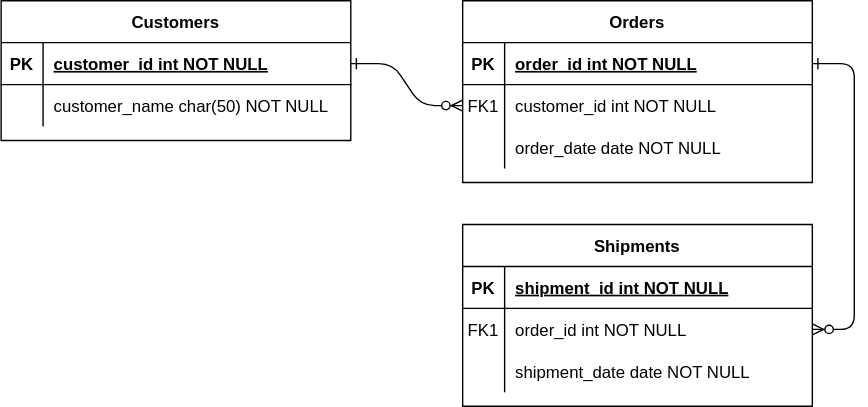
Before: document/project-board-erd.svg, a diagram exported from draw.io (maeng555/fastcampus-project-board). Source tidied: cells renumbered, new cells last; positions are measured from the earlier drawing's top-left corner, leaving out a move shared by most shapes.
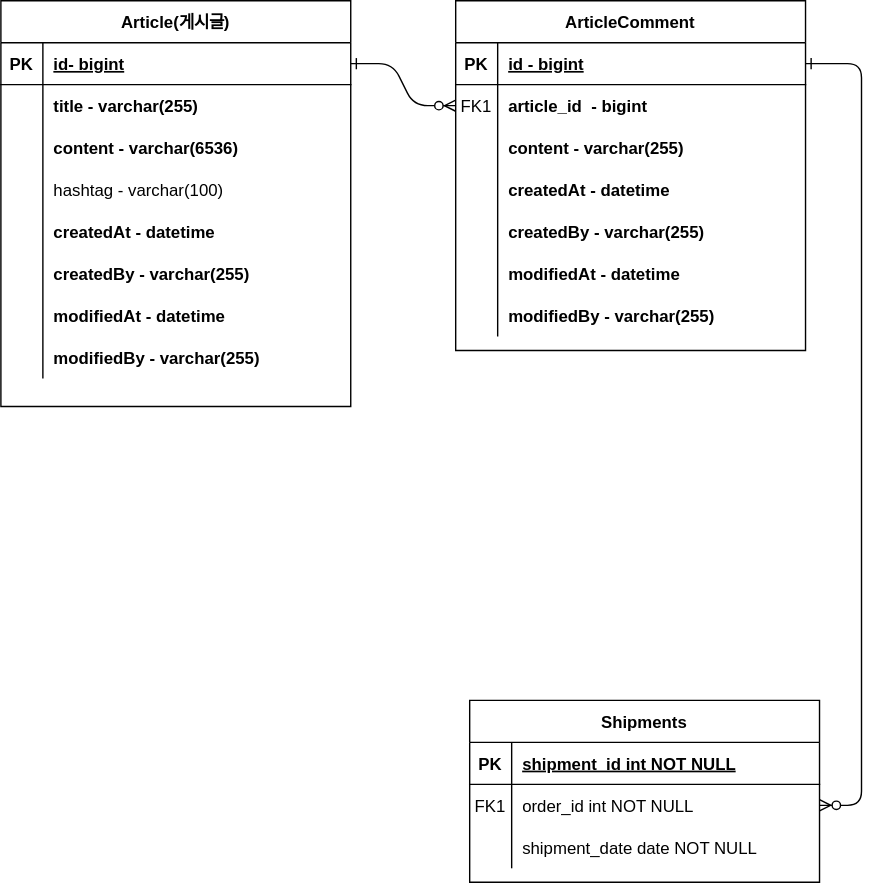
The same diagram one commit later.

What changed in the source:
```diff
@@ -8,8 +8,8 @@
     <mxCell id="3" style="edgeStyle=entityRelationEdgeStyle;endArrow=ERzeroToMany;startArrow=ERone;endFill=1;startFill=0;" parent="1" edge="1" source="5" target="18">
       <mxGeometry relative="1" as="geometry" />
     </mxCell>
-    <mxCell id="4" value="Orders" style="shape=table;startSize=30;rowLines=0;fontStyle=1;align=center;" parent="1" vertex="1">
-      <mxGeometry x="330" width="250" height="130" as="geometry" />
+    <mxCell id="4" value="ArticleComment" style="shape=table;startSize=30;rowLines=0;fontStyle=1;align=center;" parent="1" vertex="1">
+      <mxGeometry x="330" width="250" height="250" as="geometry" />
     </mxCell>
     <mxCell id="5" style="shape=partialRectangle;fillColor=none;points=[[0,0.5],[1,0.5]];portConstraint=eastwest;top=0;left=0;right=0;bottom=1;" parent="4" vertex="1">
       <mxGeometry y="30" width="250" height="30" as="geometry" />
@@ -17,7 +17,7 @@
     <mxCell id="6" value="PK" style="shape=partialRectangle;overflow=hidden;fillColor=none;top=0;left=0;bottom=0;right=0;fontStyle=1;" parent="5" vertex="1">
       <mxGeometry width="30" height="30" as="geometry" />
     </mxCell>
-    <mxCell id="7" value="order_id int NOT NULL " style="shape=partialRectangle;overflow=hidden;fillColor=none;top=0;left=0;bottom=0;right=0;align=left;spacingLeft=6;fontStyle=5;" parent="5" vertex="1">
+    <mxCell id="7" value="id - bigint" style="shape=partialRectangle;overflow=hidden;fillColor=none;top=0;left=0;bottom=0;right=0;align=left;spacingLeft=6;fontStyle=5;" parent="5" vertex="1">
       <mxGeometry x="30" width="220" height="30" as="geometry" />
     </mxCell>
     <mxCell id="8" style="shape=partialRectangle;fillColor=none;points=[[0,0.5],[1,0.5]];portConstraint=eastwest;top=0;left=0;right=0;bottom=0;" parent="4" vertex="1">
@@ -26,7 +26,7 @@
     <mxCell id="9" value="FK1" style="shape=partialRectangle;overflow=hidden;fillColor=none;top=0;left=0;bottom=0;right=0;" parent="8" vertex="1">
       <mxGeometry width="30" height="30" as="geometry" />
     </mxCell>
-    <mxCell id="10" value="customer_id int NOT NULL" style="shape=partialRectangle;overflow=hidden;fillColor=none;top=0;left=0;bottom=0;right=0;align=left;spacingLeft=6;" parent="8" vertex="1">
+    <mxCell id="10" value="article_id  - bigint" style="shape=partialRectangle;overflow=hidden;fillColor=none;top=0;left=0;bottom=0;right=0;align=left;spacingLeft=6;fontStyle=1;" parent="8" vertex="1">
       <mxGeometry x="30" width="220" height="30" as="geometry" />
     </mxCell>
     <mxCell id="11" style="shape=partialRectangle;fillColor=none;top=0;left=0;right=0;bottom=0;" parent="4" vertex="1">
@@ -35,11 +35,47 @@
     <mxCell id="12" style="shape=partialRectangle;overflow=hidden;fillColor=none;top=0;left=0;bottom=0;right=0;" parent="11" vertex="1">
       <mxGeometry width="30" height="30" as="geometry" />
     </mxCell>
-    <mxCell id="13" value="order_date date NOT NULL" style="shape=partialRectangle;overflow=hidden;fillColor=none;top=0;left=0;bottom=0;right=0;align=left;spacingLeft=6;" parent="11" vertex="1">
+    <mxCell id="13" value="content - varchar(255)" style="shape=partialRectangle;overflow=hidden;fillColor=none;top=0;left=0;bottom=0;right=0;align=left;spacingLeft=6;fontStyle=1;" parent="11" vertex="1">
       <mxGeometry x="30" width="220" height="30" as="geometry" />
     </mxCell>
+    <mxCell id="31" style="shape=partialRectangle;fillColor=none;top=0;left=0;right=0;bottom=0;" parent="4" vertex="1">
+      <mxGeometry y="120" width="250" height="30" as="geometry" />
+    </mxCell>
+    <mxCell id="32" style="shape=partialRectangle;overflow=hidden;fillColor=none;top=0;left=0;bottom=0;right=0;" parent="31" vertex="1">
+      <mxGeometry width="30" height="30" as="geometry" />
+    </mxCell>
+    <mxCell id="33" value="createdAt - datetime" style="shape=partialRectangle;overflow=hidden;fillColor=none;top=0;left=0;bottom=0;right=0;align=left;spacingLeft=6;fontStyle=1;" parent="31" vertex="1">
+      <mxGeometry x="30" width="220" height="30" as="geometry" />
+    </mxCell>
+    <mxCell id="34" style="shape=partialRectangle;fillColor=none;top=0;left=0;right=0;bottom=0;" parent="4" vertex="1">
+      <mxGeometry y="150" width="250" height="30" as="geometry" />
+    </mxCell>
+    <mxCell id="35" style="shape=partialRectangle;overflow=hidden;fillColor=none;top=0;left=0;bottom=0;right=0;" parent="34" vertex="1">
+      <mxGeometry width="30" height="30" as="geometry" />
+    </mxCell>
+    <mxCell id="36" value="createdBy - varchar(255)" style="shape=partialRectangle;overflow=hidden;fillColor=none;top=0;left=0;bottom=0;right=0;align=left;spacingLeft=6;fontStyle=1;" parent="34" vertex="1">
+      <mxGeometry x="30" width="220" height="30" as="geometry" />
+    </mxCell>
+    <mxCell id="37" style="shape=partialRectangle;fillColor=none;top=0;left=0;right=0;bottom=0;" parent="4" vertex="1">
+      <mxGeometry y="180" width="250" height="30" as="geometry" />
+    </mxCell>
+    <mxCell id="38" style="shape=partialRectangle;overflow=hidden;fillColor=none;top=0;left=0;bottom=0;right=0;" parent="37" vertex="1">
+      <mxGeometry width="30" height="30" as="geometry" />
+    </mxCell>
+    <mxCell id="39" value="modifiedAt - datetime" style="shape=partialRectangle;overflow=hidden;fillColor=none;top=0;left=0;bottom=0;right=0;align=left;spacingLeft=6;fontStyle=1;" parent="37" vertex="1">
+      <mxGeometry x="30" width="220" height="30" as="geometry" />
+    </mxCell>
+    <mxCell id="40" style="shape=partialRectangle;fillColor=none;top=0;left=0;right=0;bottom=0;" parent="4" vertex="1">
+      <mxGeometry y="210" width="250" height="30" as="geometry" />
+    </mxCell>
+    <mxCell id="41" style="shape=partialRectangle;overflow=hidden;fillColor=none;top=0;left=0;bottom=0;right=0;" parent="40" vertex="1">
+      <mxGeometry width="30" height="30" as="geometry" />
+    </mxCell>
+    <mxCell id="42" value="modifiedBy - varchar(255)" style="shape=partialRectangle;overflow=hidden;fillColor=none;top=0;left=0;bottom=0;right=0;align=left;spacingLeft=6;fontStyle=1;" parent="40" vertex="1">
+      <mxGeometry x="30" width="220" height="30" as="geometry" />
+    </mxCell>
     <mxCell id="14" value="Shipments" style="shape=table;startSize=30;rowLines=0;fontStyle=1;align=center;" parent="1" vertex="1">
-      <mxGeometry x="330" y="160" width="250" height="130" as="geometry" />
+      <mxGeometry x="340" y="500" width="250" height="130" as="geometry" />
     </mxCell>
     <mxCell id="15" style="shape=partialRectangle;fillColor=none;top=0;left=0;right=0;bottom=1;" parent="14" vertex="1">
       <mxGeometry y="30" width="250" height="30" as="geometry" />
@@ -68,8 +104,8 @@
     <mxCell id="23" value="shipment_date date NOT NULL" style="shape=partialRectangle;overflow=hidden;fillColor=none;top=0;left=0;bottom=0;right=0;align=left;spacingLeft=6;" parent="21" vertex="1">
       <mxGeometry x="30" width="220" height="30" as="geometry" />
     </mxCell>
-    <mxCell id="24" value="Customers" style="shape=table;startSize=30;rowLines=0;fontStyle=1;align=center;" parent="1" vertex="1">
-      <mxGeometry width="250" height="100" as="geometry" />
+    <mxCell id="24" value="Article(게시글)" style="shape=table;startSize=30;rowLines=0;fontStyle=1;align=center;" parent="1" vertex="1">
+      <mxGeometry x="5" width="250" height="290" as="geometry" />
     </mxCell>
     <mxCell id="25" style="shape=partialRectangle;fillColor=none;points=[[0,0.5],[1,0.5]];portConstraint=eastwest;top=0;left=0;right=0;bottom=1;" parent="24" vertex="1">
       <mxGeometry y="30" width="250" height="30" as="geometry" />
@@ -77,7 +113,7 @@
     <mxCell id="26" value="PK" style="shape=partialRectangle;overflow=hidden;fillColor=none;top=0;left=0;bottom=0;right=0;fontStyle=1;" parent="25" vertex="1">
       <mxGeometry width="30" height="30" as="geometry" />
     </mxCell>
-    <mxCell id="27" value="customer_id int NOT NULL " style="shape=partialRectangle;overflow=hidden;fillColor=none;top=0;left=0;bottom=0;right=0;align=left;spacingLeft=6;fontStyle=5;" parent="25" vertex="1">
+    <mxCell id="27" value="id- bigint" style="shape=partialRectangle;overflow=hidden;fillColor=none;top=0;left=0;bottom=0;right=0;align=left;spacingLeft=6;fontStyle=5;" parent="25" vertex="1">
       <mxGeometry x="30" width="220" height="30" as="geometry" />
     </mxCell>
     <mxCell id="28" style="shape=partialRectangle;fillColor=none;top=0;left=0;right=0;bottom=0;" parent="24" vertex="1">
@@ -86,8 +122,62 @@
     <mxCell id="29" style="shape=partialRectangle;overflow=hidden;fillColor=none;top=0;left=0;bottom=0;right=0;" parent="28" vertex="1">
       <mxGeometry width="30" height="30" as="geometry" />
     </mxCell>
-    <mxCell id="30" value="customer_name char(50) NOT NULL" style="shape=partialRectangle;overflow=hidden;fillColor=none;top=0;left=0;bottom=0;right=0;align=left;spacingLeft=6;" parent="28" vertex="1">
+    <mxCell id="30" value="title - varchar(255)" style="shape=partialRectangle;overflow=hidden;fillColor=none;top=0;left=0;bottom=0;right=0;align=left;spacingLeft=6;fontStyle=1;" parent="28" vertex="1">
       <mxGeometry x="30" width="220" height="30" as="geometry" />
     </mxCell>
+    <mxCell id="43" style="shape=partialRectangle;fillColor=none;top=0;left=0;right=0;bottom=0;" parent="24" vertex="1">
+      <mxGeometry y="90" width="250" height="30" as="geometry" />
+    </mxCell>
+    <mxCell id="44" style="shape=partialRectangle;overflow=hidden;fillColor=none;top=0;left=0;bottom=0;right=0;" parent="43" vertex="1">
+      <mxGeometry width="30" height="30" as="geometry" />
+    </mxCell>
+    <mxCell id="45" value="content - varchar(6536)" style="shape=partialRectangle;overflow=hidden;fillColor=none;top=0;left=0;bottom=0;right=0;align=left;spacingLeft=6;fontStyle=1;" parent="43" vertex="1">
+      <mxGeometry x="30" width="220" height="30" as="geometry" />
+    </mxCell>
+    <mxCell id="46" style="shape=partialRectangle;fillColor=none;top=0;left=0;right=0;bottom=0;" parent="24" vertex="1">
+      <mxGeometry y="120" width="250" height="30" as="geometry" />
+    </mxCell>
+    <mxCell id="47" style="shape=partialRectangle;overflow=hidden;fillColor=none;top=0;left=0;bottom=0;right=0;" parent="46" vertex="1">
+      <mxGeometry width="30" height="30" as="geometry" />
+    </mxCell>
+    <mxCell id="48" value="hashtag - varchar(100)" style="shape=partialRectangle;overflow=hidden;fillColor=none;top=0;left=0;bottom=0;right=0;align=left;spacingLeft=6;" parent="46" vertex="1">
+      <mxGeometry x="30" width="220" height="30" as="geometry" />
+    </mxCell>
+    <mxCell id="49" style="shape=partialRectangle;fillColor=none;top=0;left=0;right=0;bottom=0;" parent="24" vertex="1">
+      <mxGeometry y="150" width="250" height="30" as="geometry" />
+    </mxCell>
+    <mxCell id="50" style="shape=partialRectangle;overflow=hidden;fillColor=none;top=0;left=0;bottom=0;right=0;" parent="49" vertex="1">
+      <mxGeometry width="30" height="30" as="geometry" />
+    </mxCell>
+    <mxCell id="51" value="createdAt - datetime" style="shape=partialRectangle;overflow=hidden;fillColor=none;top=0;left=0;bottom=0;right=0;align=left;spacingLeft=6;fontStyle=1;" parent="49" vertex="1">
+      <mxGeometry x="30" width="220" height="30" as="geometry" />
+    </mxCell>
+    <mxCell id="52" style="shape=partialRectangle;fillColor=none;top=0;left=0;right=0;bottom=0;" parent="24" vertex="1">
+      <mxGeometry y="180" width="250" height="30" as="geometry" />
+    </mxCell>
+    <mxCell id="53" style="shape=partialRectangle;overflow=hidden;fillColor=none;top=0;left=0;bottom=0;right=0;" parent="52" vertex="1">
+      <mxGeometry width="30" height="30" as="geometry" />
+    </mxCell>
+    <mxCell id="54" value="createdBy - varchar(255)" style="shape=partialRectangle;overflow=hidden;fillColor=none;top=0;left=0;bottom=0;right=0;align=left;spacingLeft=6;fontStyle=1;" parent="52" vertex="1">
+      <mxGeometry x="30" width="220" height="30" as="geometry" />
+    </mxCell>
+    <mxCell id="55" style="shape=partialRectangle;fillColor=none;top=0;left=0;right=0;bottom=0;" parent="24" vertex="1">
+      <mxGeometry y="210" width="250" height="30" as="geometry" />
+    </mxCell>
+    <mxCell id="56" style="shape=partialRectangle;overflow=hidden;fillColor=none;top=0;left=0;bottom=0;right=0;" parent="55" vertex="1">
+      <mxGeometry width="30" height="30" as="geometry" />
+    </mxCell>
+    <mxCell id="57" value="modifiedAt - datetime" style="shape=partialRectangle;overflow=hidden;fillColor=none;top=0;left=0;bottom=0;right=0;align=left;spacingLeft=6;fontStyle=1;" parent="55" vertex="1">
+      <mxGeometry x="30" width="220" height="30" as="geometry" />
+    </mxCell>
+    <mxCell id="58" style="shape=partialRectangle;fillColor=none;top=0;left=0;right=0;bottom=0;" parent="24" vertex="1">
+      <mxGeometry y="240" width="250" height="30" as="geometry" />
+    </mxCell>
+    <mxCell id="59" style="shape=partialRectangle;overflow=hidden;fillColor=none;top=0;left=0;bottom=0;right=0;" parent="58" vertex="1">
+      <mxGeometry width="30" height="30" as="geometry" />
+    </mxCell>
+    <mxCell id="60" value="modifiedBy - varchar(255)" style="shape=partialRectangle;overflow=hidden;fillColor=none;top=0;left=0;bottom=0;right=0;align=left;spacingLeft=6;fontStyle=1;" parent="58" vertex="1">
+      <mxGeometry x="30" width="220" height="30" as="geometry" />
+    </mxCell>
   </root>
 </mxGraphModel>
```
